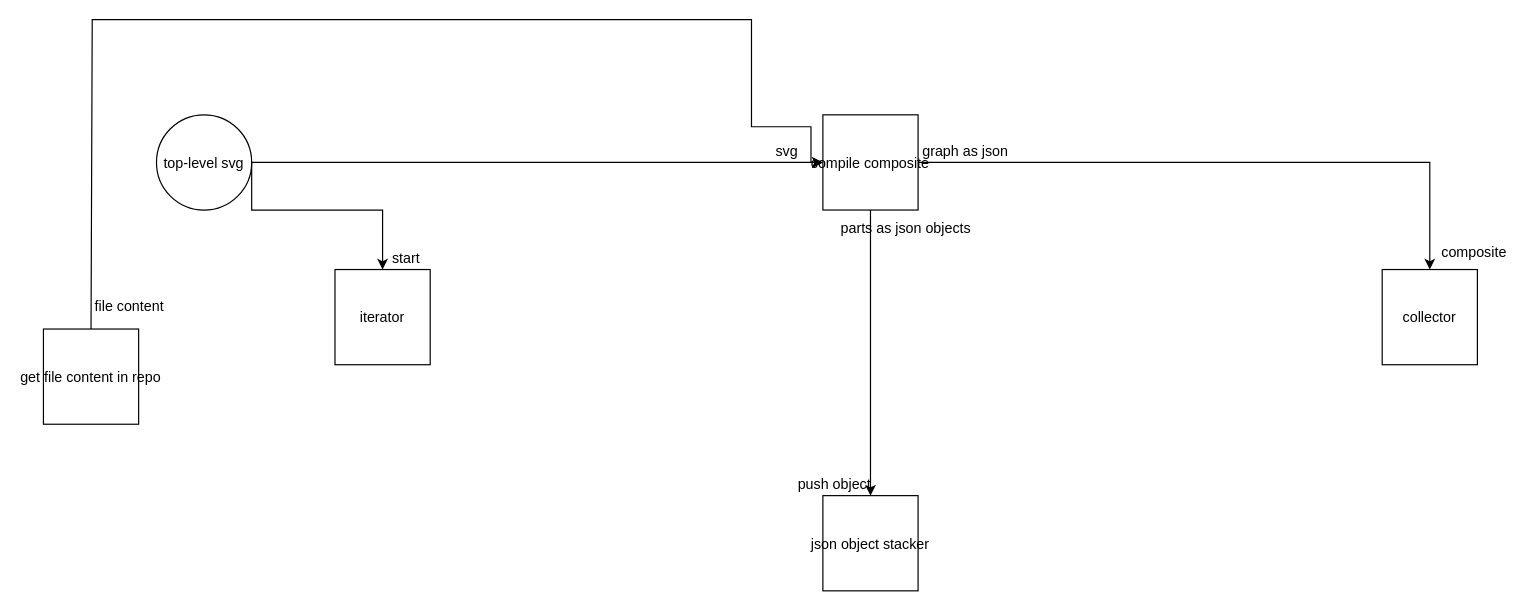
Before: page "junk" (4 of 4) of build_process/kk/kk_build_process.drawio in bmfbp/bmfbp, a draw.io diagram. Source tidied: cells renumbered, new cells numbered last; positions are measured from the earlier drawing's top-left corner, leaving out a move shared by most shapes. Both pictures are drawn from the tidied source at 119%, with x=0, y=0 at pixel (43, 19).
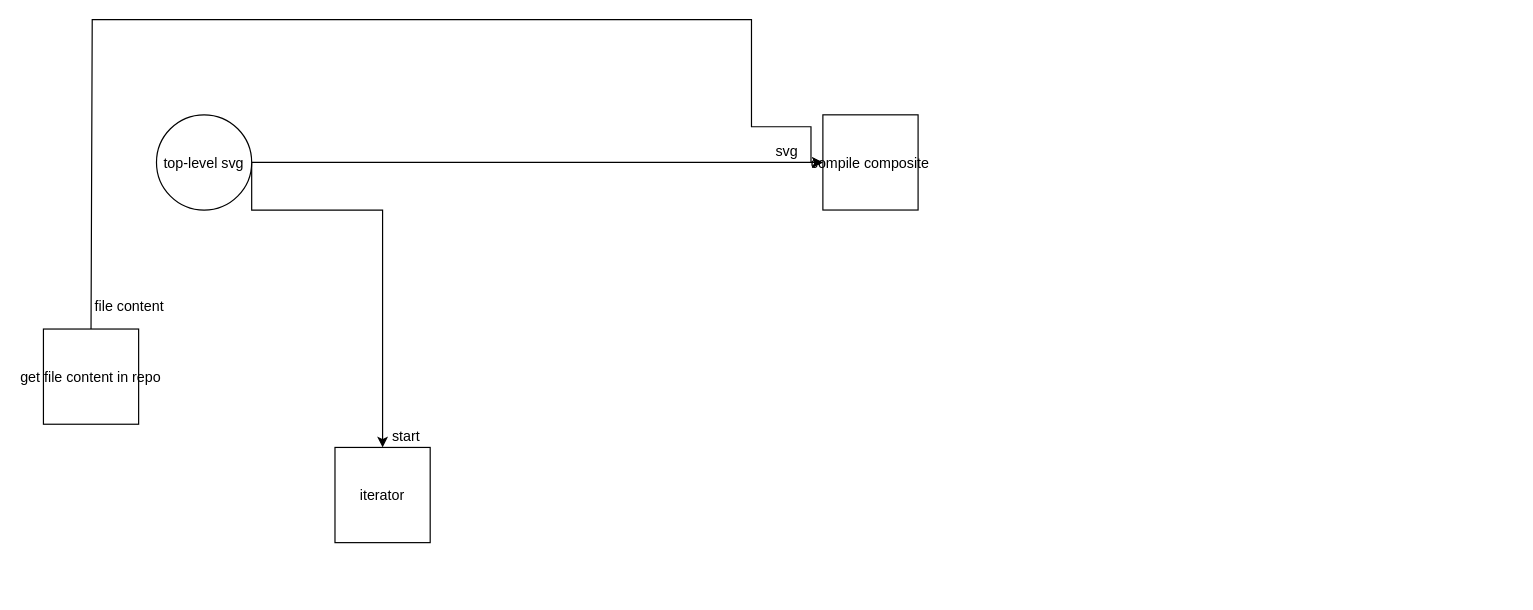
After the change.

Unchanged cells that the change refers to:
```xml
<mxCell id="6" value="compile composite" parent="1" vertex="1">
  <mxGeometry x="655" y="80" width="80" height="80" as="geometry" />
</mxCell>
<mxCell id="14" value="top-level svg" style="ellipse;" parent="1" vertex="1">
  <mxGeometry x="95" y="80" width="80" height="80" as="geometry" />
</mxCell>
```

Change to the diagram source:
```diff
@@
-    <mxCell id="2" value="json object stacker" parent="1" vertex="1">
-      <mxGeometry x="655" y="400" width="80" height="80" as="geometry" />
-    </mxCell>
-    <mxCell id="3" value="push object" style="text;strokeColor=none;fillColor=none;align=center;verticalAlign=middle;rounded=0;" parent="1" vertex="1">
-      <mxGeometry x="635" y="380" width="60" height="20" as="geometry" />
-    </mxCell>
-    <mxCell id="4" style="edgeStyle=orthogonalEdgeStyle;rounded=0;jettySize=auto;html=1;exitX=0.5;exitY=1;exitDx=0;exitDy=0;" parent="1" edge="1" source="6" target="2">
-      <mxGeometry relative="1" as="geometry" />
-    </mxCell>
-    <mxCell id="5" style="edgeStyle=orthogonalEdgeStyle;rounded=0;jettySize=auto;html=1;entryX=0.5;entryY=0;entryDx=0;entryDy=0;exitX=1;exitY=0.5;exitDx=0;exitDy=0;" parent="1" edge="1" source="6" target="8">
-      <mxGeometry relative="1" as="geometry" />
-    </mxCell>
@@
-    <mxCell id="8" value="collector" parent="1" vertex="1">
-      <mxGeometry x="1125" y="210" width="80" height="80" as="geometry" />
-    </mxCell>
     <mxCell id="9" value="iterator" parent="1" vertex="1">
-      <mxGeometry x="245" y="210" width="80" height="80" as="geometry" />
+      <mxGeometry x="245" y="359.5" width="80" height="80" as="geometry" />
     </mxCell>
@@
-    <mxCell id="12" style="edgeStyle=orthogonalEdgeStyle;rounded=0;jettySize=auto;html=1;exitX=1;exitY=0.5;exitDx=0;exitDy=0;" parent="1" edge="1" source="14">
-      <mxGeometry relative="1" as="geometry">
-        <mxPoint x="655" y="120" as="targetPoint" />
-        <Array as="points">
-          <mxPoint x="235" y="120" />
-          <mxPoint x="235" y="120" />
-        </Array>
-      </mxGeometry>
+    <mxCell id="12" style="edgeStyle=orthogonalEdgeStyle;rounded=0;jettySize=auto;html=1;exitX=1;exitY=0.5;exitDx=0;exitDy=0;entryX=0;entryY=0.5;entryDx=0;entryDy=0;" parent="1" edge="1" source="14" target="6">
+      <mxGeometry relative="1" as="geometry" />
     </mxCell>
@@
-    <mxCell id="16" value="composite" style="text;strokeColor=none;fillColor=none;align=center;verticalAlign=middle;rounded=0;" parent="1" vertex="1">
-      <mxGeometry x="1170" y="185" width="65" height="20" as="geometry" />
-    </mxCell>
-    <mxCell id="17" value="parts as json objects" style="text;strokeColor=none;fillColor=none;align=center;verticalAlign=middle;rounded=0;" parent="1" vertex="1">
-      <mxGeometry x="655" y="165" width="140" height="20" as="geometry" />
-    </mxCell>
     <mxCell id="18" value="start" style="text;strokeColor=none;fillColor=none;align=center;verticalAlign=middle;rounded=0;" parent="1" vertex="1">
-      <mxGeometry x="285" y="190" width="40" height="20" as="geometry" />
+      <mxGeometry x="285" y="339.5" width="40" height="20" as="geometry" />
     </mxCell>
-    <mxCell id="19" value="graph as json" style="text;strokeColor=none;fillColor=none;align=center;verticalAlign=middle;rounded=0;" parent="1" vertex="1">
-      <mxGeometry x="735" y="100" width="80" height="20" as="geometry" />
-    </mxCell>
```
